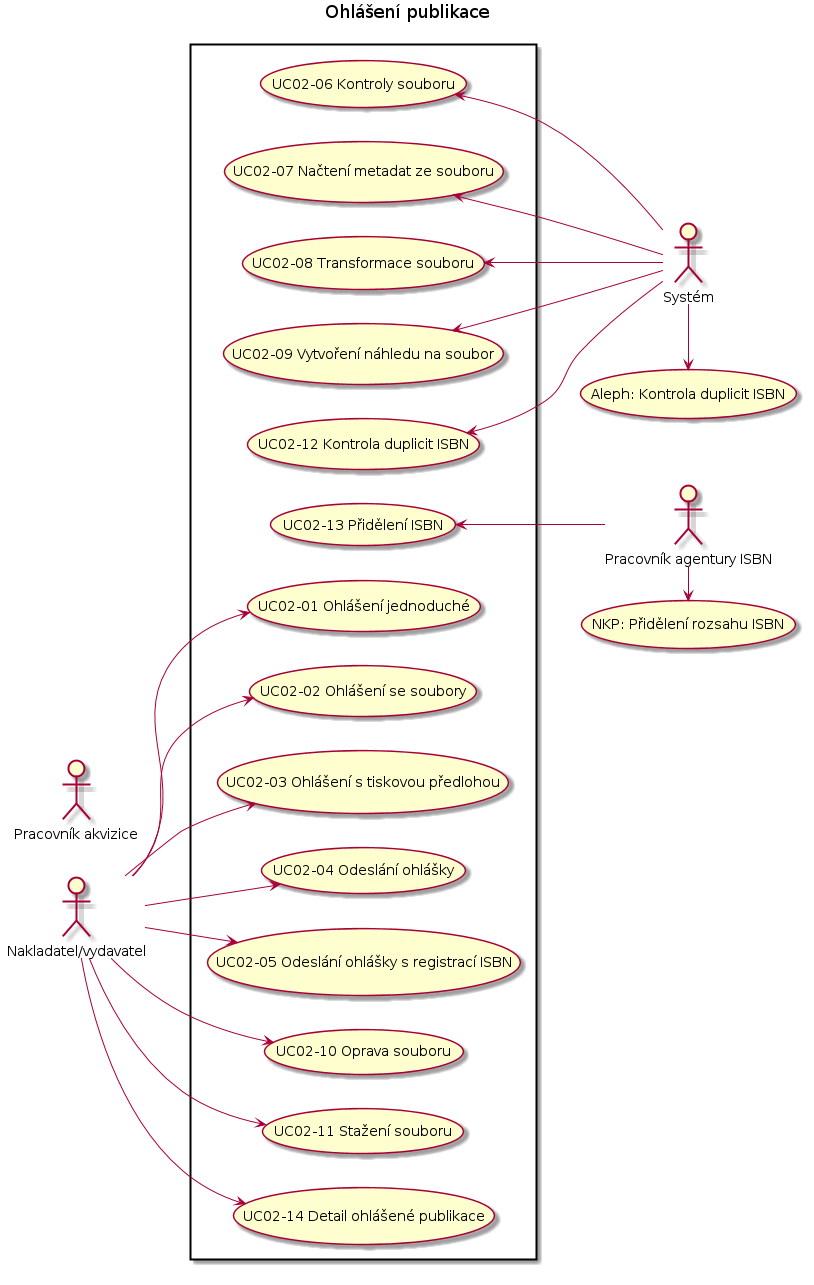
Earlier version of the PlantUML export docs/uc02.png (edeposit/edeposit.policy).
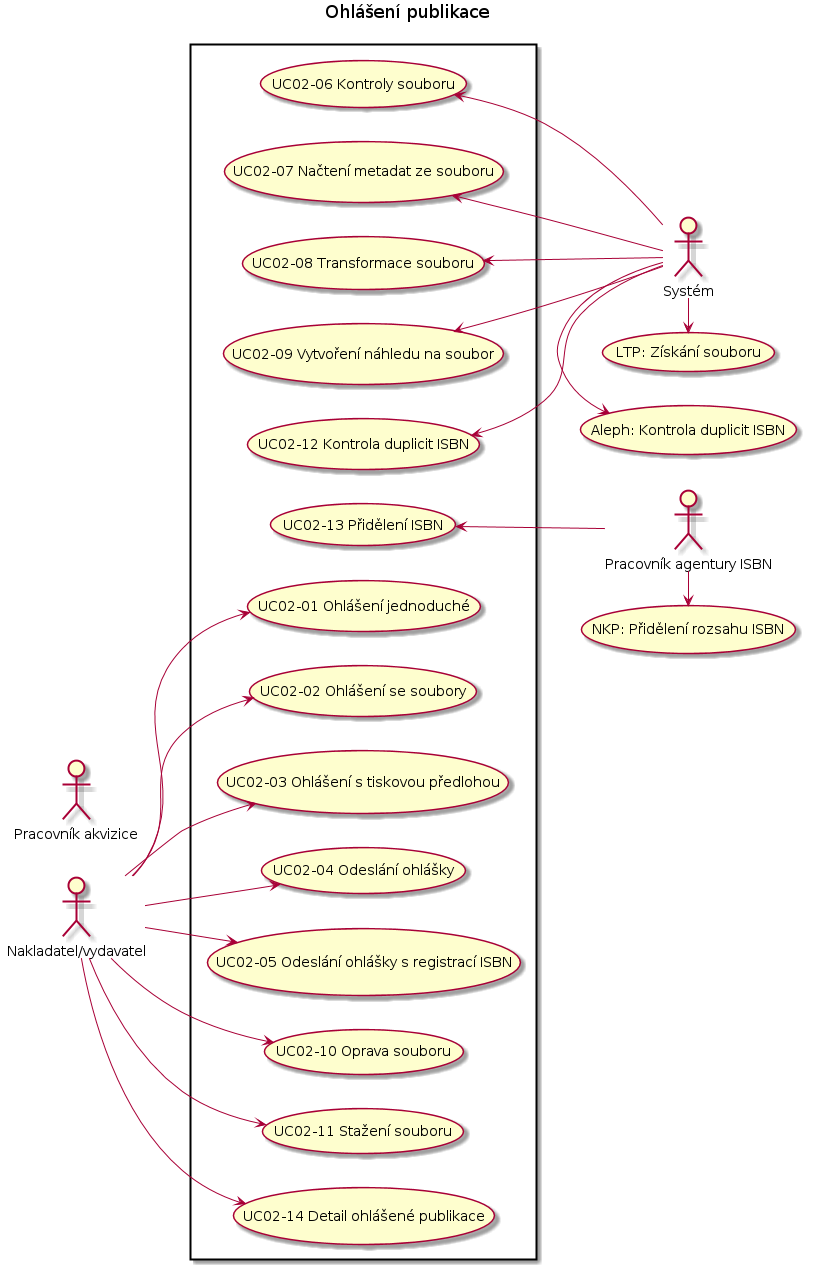
Above is the later version.

Change to the diagram source:
```diff
@@ -10,6 +10,7 @@
 
 :isbn: -> (NKP: P?id?lení rozsahu ISBN)
 :sys: -> (Aleph: Kontrola duplicit ISBN)
+:sys: -> (LTP: Získání souboru)
 
 rectangle  {
 	   :nakl: --> (UC02-01 Ohlá?ení jednoduché)
```
